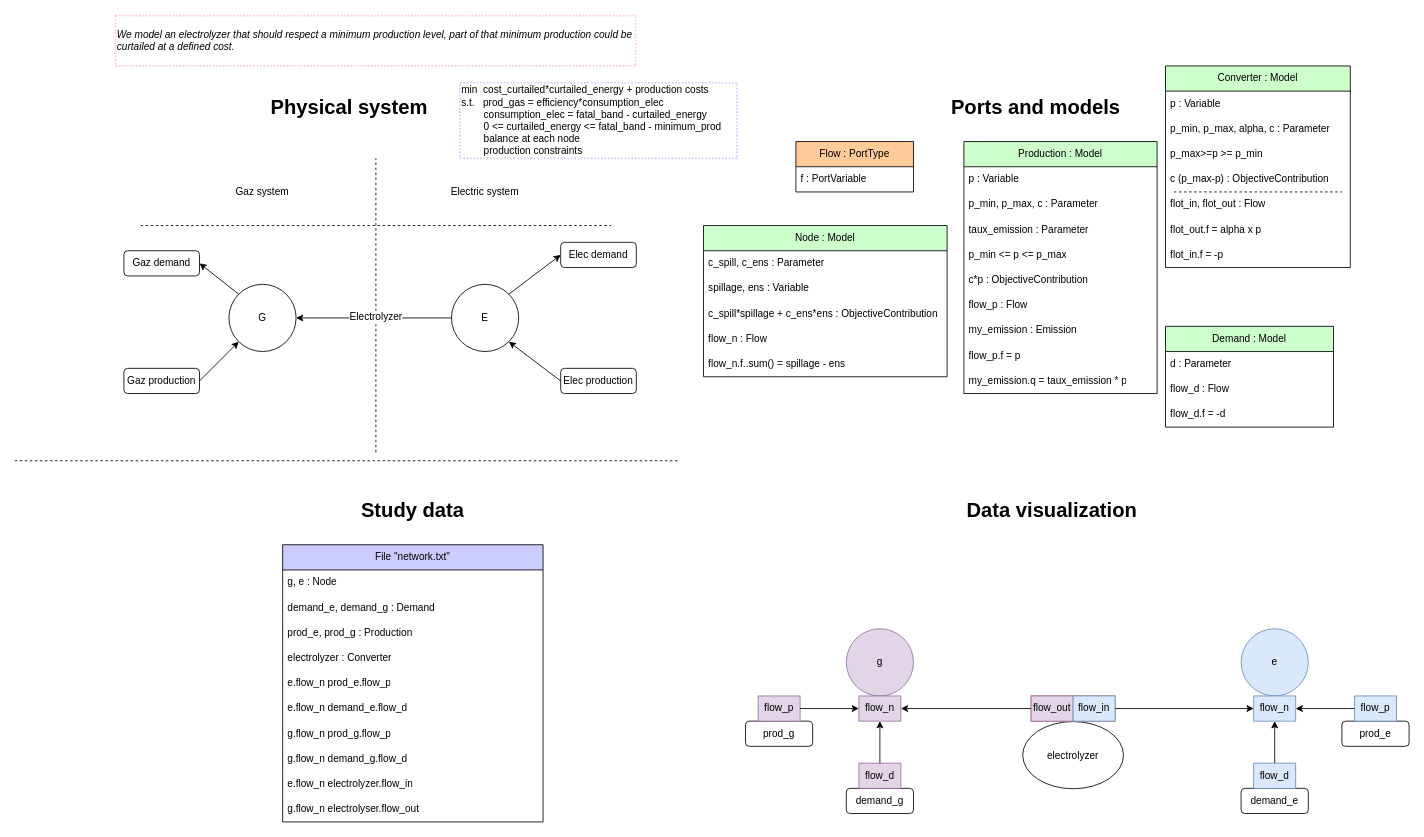
AntaresSimulatorTeam/andromede-modeling-prototype keeps this draw.io diagram as models-design/systems/constrained_electrolyzer.drawio. Above is the earlier version. Source tidied: cells renumbered, new cells numbered last; positions are measured from the earlier drawing's top-left corner, leaving out a move shared by most shapes. Both pictures are drawn from the tidied source at 84%, with x=0, y=0 at pixel (14, 15).
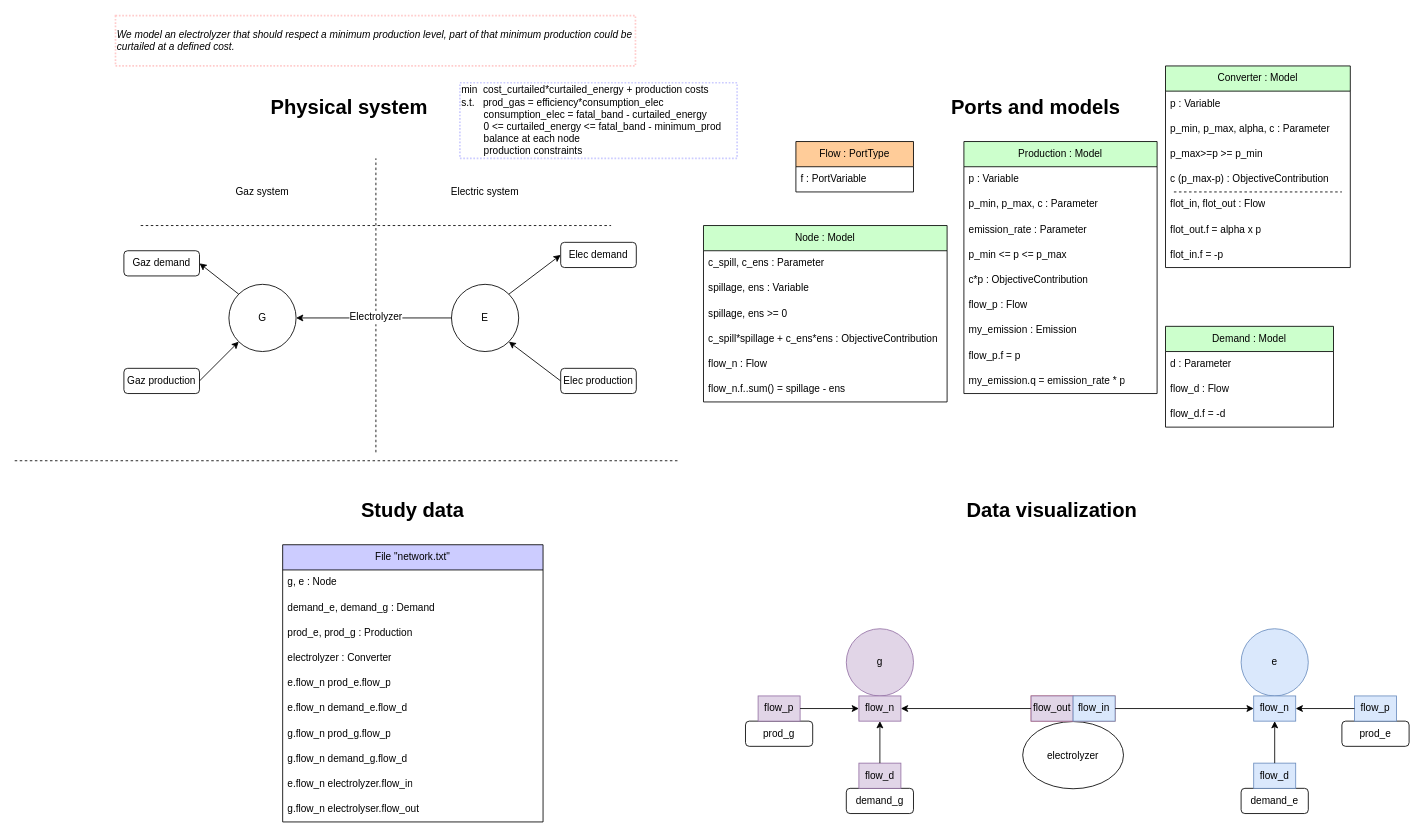
The same diagram, later.

Commit message (it also covers changes not shown here):
Specify ens,spill sign and translate emission rate

Unchanged cells that the change refers to:
```xml
<mxCell id="21" style="group;" parent="1" vertex="1">
  <mxGeometry x="880" y="90" width="710" height="460" as="geometry" />
</mxCell>
<mxCell id="44" value="Production : Model" style="swimlane;fontStyle=0;horizontal=1;startSize=30;whiteSpace=wrap;html=1;fillColor=#CCFFCC;fontColor=#000000;" parent="21" vertex="1">
  <mxGeometry x="250" y="60" width="230" height="300" as="geometry" />
</mxCell>
```

Diff of the diagram source:
```diff
@@
     <mxCell id="38" value="Node : Model" style="swimlane;fontStyle=0;horizontal=1;startSize=30;whiteSpace=wrap;html=1;fillColor=#CCFFCC;fontColor=#000000;" parent="21" vertex="1">
-      <mxGeometry x="-60" y="160" width="290" height="180" as="geometry" />
+      <mxGeometry x="-60" y="160" width="290" height="210" as="geometry" />
     </mxCell>
@@
+    <mxCell id="100" value="spillage, ens &amp;gt;= 0" style="text;strokeColor=none;fillColor=none;align=left;verticalAlign=middle;spacingLeft=4;spacingRight=4;overflow=hidden;whiteSpace=wrap;html=1;" parent="38" vertex="1">
+      <mxGeometry y="90" width="290" height="30" as="geometry" />
+    </mxCell>
     <mxCell id="41" value="c_spill*spillage + c_ens*ens : ObjectiveContribution" style="text;strokeColor=none;fillColor=none;align=left;verticalAlign=middle;spacingLeft=4;spacingRight=4;overflow=hidden;whiteSpace=wrap;html=1;" parent="38" vertex="1">
-      <mxGeometry y="90" width="290" height="30" as="geometry" />
+      <mxGeometry y="120" width="290" height="30" as="geometry" />
     </mxCell>
     <mxCell id="42" value="flow_n : Flow" style="text;strokeColor=none;fillColor=none;align=left;verticalAlign=middle;spacingLeft=4;spacingRight=4;overflow=hidden;whiteSpace=wrap;html=1;" parent="38" vertex="1">
-      <mxGeometry y="120" width="290" height="30" as="geometry" />
+      <mxGeometry y="150" width="290" height="30" as="geometry" />
     </mxCell>
     <mxCell id="43" value="flow_n.f..sum() = spillage - ens" style="text;strokeColor=none;fillColor=none;align=left;verticalAlign=middle;spacingLeft=4;spacingRight=4;overflow=hidden;whiteSpace=wrap;html=1;" parent="38" vertex="1">
-      <mxGeometry y="150" width="290" height="30" as="geometry" />
+      <mxGeometry y="180" width="290" height="30" as="geometry" />
     </mxCell>
@@
-    <mxCell id="47" value="taux_emission : Parameter" style="text;strokeColor=none;fillColor=none;align=left;verticalAlign=middle;spacingLeft=4;spacingRight=4;overflow=hidden;whiteSpace=wrap;html=1;" parent="44" vertex="1">
+    <mxCell id="47" value="emission_rate : Parameter" style="text;strokeColor=none;fillColor=none;align=left;verticalAlign=middle;spacingLeft=4;spacingRight=4;overflow=hidden;whiteSpace=wrap;html=1;" parent="44" vertex="1">
       <mxGeometry y="90" width="230" height="30" as="geometry" />
     </mxCell>
@@
-    <mxCell id="53" value="my_emission.q = taux_emission * p" style="text;strokeColor=none;fillColor=none;align=left;verticalAlign=middle;spacingLeft=4;spacingRight=4;overflow=hidden;whiteSpace=wrap;html=1;" parent="44" vertex="1">
+    <mxCell id="53" value="my_emission.q = emission_rate * p" style="text;strokeColor=none;fillColor=none;align=left;verticalAlign=middle;spacingLeft=4;spacingRight=4;overflow=hidden;whiteSpace=wrap;html=1;" parent="44" vertex="1">
       <mxGeometry y="270" width="230" height="30" as="geometry" />
     </mxCell>
```
